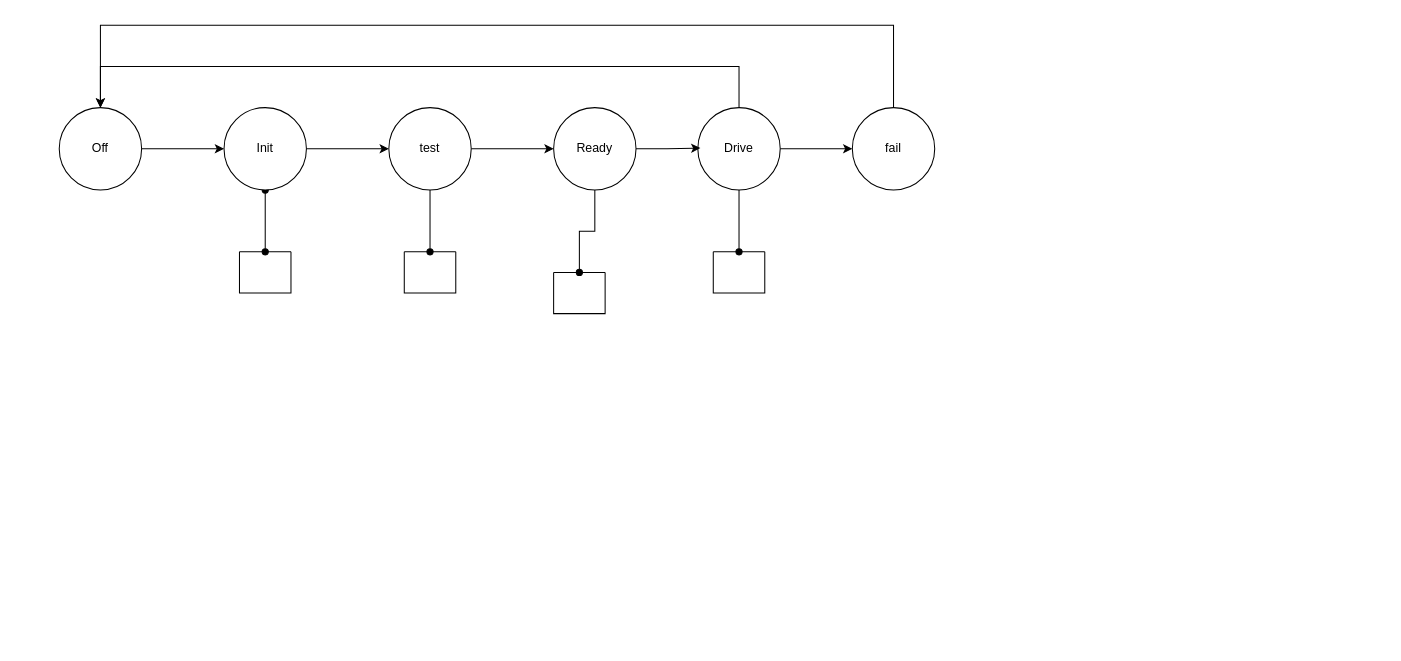
NYCUVRC/graph keeps this draw.io diagram as page "state machine" (1 of 2) of draw io/vcu 流程圖.drawio. Above is the earlier version. Source tidied: cells renumbered, new cells numbered last; positions are measured from the earlier drawing's top-left corner, leaving out a move shared by most shapes. Both pictures are drawn from the tidied source at 103%, with x=0, y=0 at pixel (59, 25).
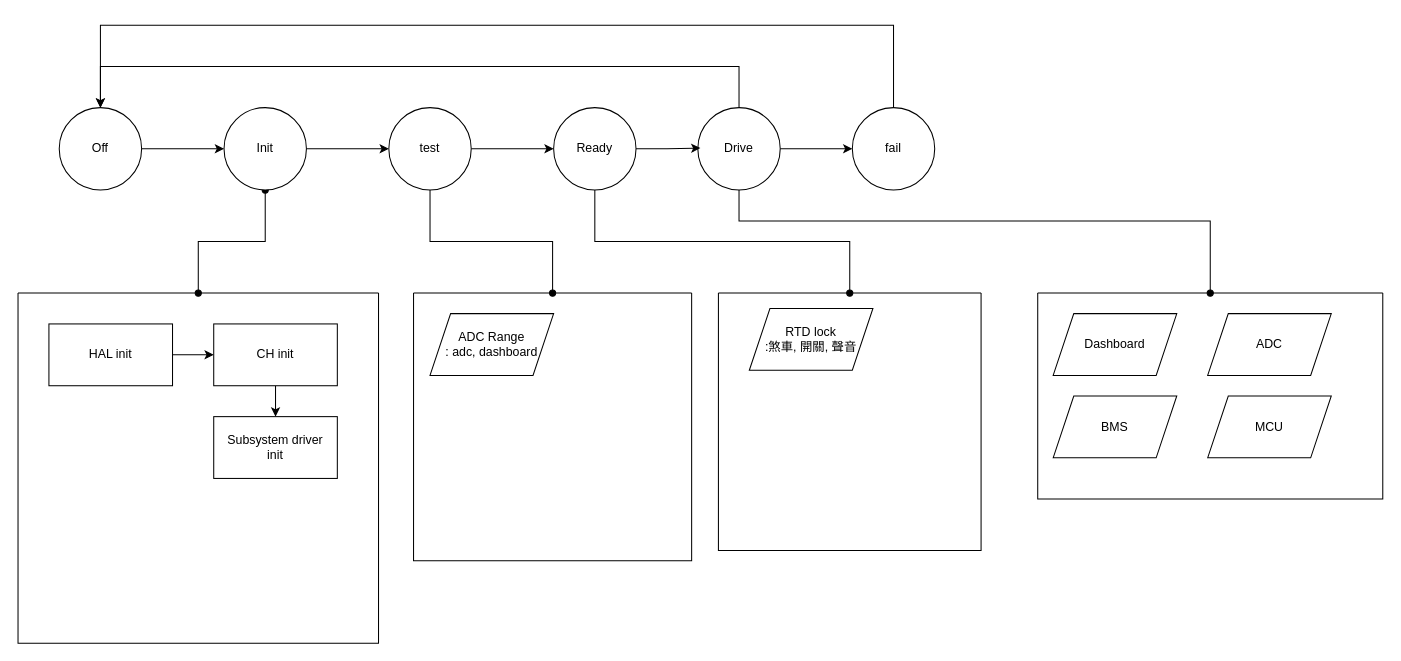
The same diagram, later.

Commit message:
更新vcu 流程圖.drawio

The change refers to these unchanged cells:
```xml
<mxCell id="16" value="Drive" style="ellipse;whiteSpace=wrap;html=1;" parent="1" vertex="1">
  <mxGeometry x="620" y="80" width="80" height="80" as="geometry" />
</mxCell>
```

Diff of the diagram source:
```diff
@@
-    <mxCell id="13" style="swimlane;startSize=0;" parent="1" vertex="1" collapsed="1">
-      <mxGeometry x="335" y="220" width="50" height="40" as="geometry" />
+    <mxCell id="13" style="swimlane;startSize=0;" parent="1" vertex="1">
+      <mxGeometry x="344" y="260" width="270" height="260" as="geometry" />
     </mxCell>
+    <mxCell id="23" value="ADC Range&lt;div&gt;: adc, dashboard&lt;/div&gt;" style="shape=parallelogram;perimeter=parallelogramPerimeter;whiteSpace=wrap;html=1;fixedSize=1;" parent="13" vertex="1">
+      <mxGeometry x="16" y="20" width="120" height="60" as="geometry" />
+    </mxCell>
@@
     <mxCell id="15" style="edgeStyle=orthogonalEdgeStyle;rounded=0;jettySize=auto;html=1;exitX=0.5;exitY=1;exitDx=0;exitDy=0;entryX=0.5;entryY=0;entryDx=0;entryDy=0;endArrow=oval;endFill=1;" parent="1" edge="1" source="16" target="22">
-      <mxGeometry relative="1" as="geometry" />
+      <mxGeometry relative="1" as="geometry">
+        <Array as="points">
+          <mxPoint x="660" y="190" />
+          <mxPoint x="1118" y="190" />
+        </Array>
+      </mxGeometry>
     </mxCell>
@@
-    <mxCell id="17" style="swimlane;startSize=0;" parent="1" vertex="1" collapsed="1">
-      <mxGeometry x="480" y="240" width="50" height="40" as="geometry" />
+    <mxCell id="17" style="swimlane;startSize=0;" parent="1" vertex="1">
+      <mxGeometry x="640" y="260" width="255" height="250" as="geometry" />
     </mxCell>
+    <mxCell id="24" value="RTD lock&lt;div&gt;:煞車, 開關, 聲音&lt;/div&gt;" style="shape=parallelogram;perimeter=parallelogramPerimeter;whiteSpace=wrap;html=1;fixedSize=1;" parent="17" vertex="1">
+      <mxGeometry x="30" y="15" width="120" height="60" as="geometry" />
+    </mxCell>
@@
-    <mxCell id="20" style="swimlane;startSize=0;" parent="1" vertex="1" collapsed="1">
-      <mxGeometry x="175" y="220" width="50" height="40" as="geometry" />
+    <mxCell id="20" style="swimlane;startSize=0;" parent="1" vertex="1">
+      <mxGeometry x="-40" y="260" width="350" height="340" as="geometry" />
     </mxCell>
+    <mxCell id="25" style="edgeStyle=orthogonalEdgeStyle;rounded=0;jettySize=auto;html=1;" parent="20" edge="1" source="26" target="28">
+      <mxGeometry relative="1" as="geometry" />
+    </mxCell>
+    <mxCell id="26" value="HAL init" style="rounded=0;whiteSpace=wrap;html=1;" parent="20" vertex="1">
+      <mxGeometry x="30" y="30" width="120" height="60" as="geometry" />
+    </mxCell>
+    <mxCell id="27" style="edgeStyle=orthogonalEdgeStyle;rounded=0;jettySize=auto;html=1;" parent="20" edge="1" source="28" target="29">
+      <mxGeometry relative="1" as="geometry" />
+    </mxCell>
+    <mxCell id="28" value="CH init" style="whiteSpace=wrap;html=1;rounded=0;" parent="20" vertex="1">
+      <mxGeometry x="190" y="30" width="120" height="60" as="geometry" />
+    </mxCell>
+    <mxCell id="29" value="Subsystem driver&lt;div&gt;init&lt;/div&gt;" style="whiteSpace=wrap;html=1;rounded=0;" parent="20" vertex="1">
+      <mxGeometry x="190" y="120" width="120" height="60" as="geometry" />
+    </mxCell>
@@
-    <mxCell id="22" style="swimlane;startSize=0;" parent="1" vertex="1" collapsed="1">
-      <mxGeometry x="635" y="220" width="50" height="40" as="geometry" />
+    <mxCell id="22" style="swimlane;startSize=0;" parent="1" vertex="1">
+      <mxGeometry x="950" y="260" width="335" height="200" as="geometry" />
     </mxCell>
+    <mxCell id="30" value="Dashboard" style="shape=parallelogram;perimeter=parallelogramPerimeter;whiteSpace=wrap;html=1;fixedSize=1;" parent="22" vertex="1">
+      <mxGeometry x="15" y="20" width="120" height="60" as="geometry" />
+    </mxCell>
+    <mxCell id="31" value="BMS" style="shape=parallelogram;perimeter=parallelogramPerimeter;whiteSpace=wrap;html=1;fixedSize=1;" parent="22" vertex="1">
+      <mxGeometry x="15" y="100" width="120" height="60" as="geometry" />
+    </mxCell>
+    <mxCell id="32" value="ADC" style="shape=parallelogram;perimeter=parallelogramPerimeter;whiteSpace=wrap;html=1;fixedSize=1;" parent="22" vertex="1">
+      <mxGeometry x="165" y="20" width="120" height="60" as="geometry" />
+    </mxCell>
+    <mxCell id="33" value="MCU" style="shape=parallelogram;perimeter=parallelogramPerimeter;whiteSpace=wrap;html=1;fixedSize=1;" parent="22" vertex="1">
+      <mxGeometry x="165" y="100" width="120" height="60" as="geometry" />
+    </mxCell>
```
